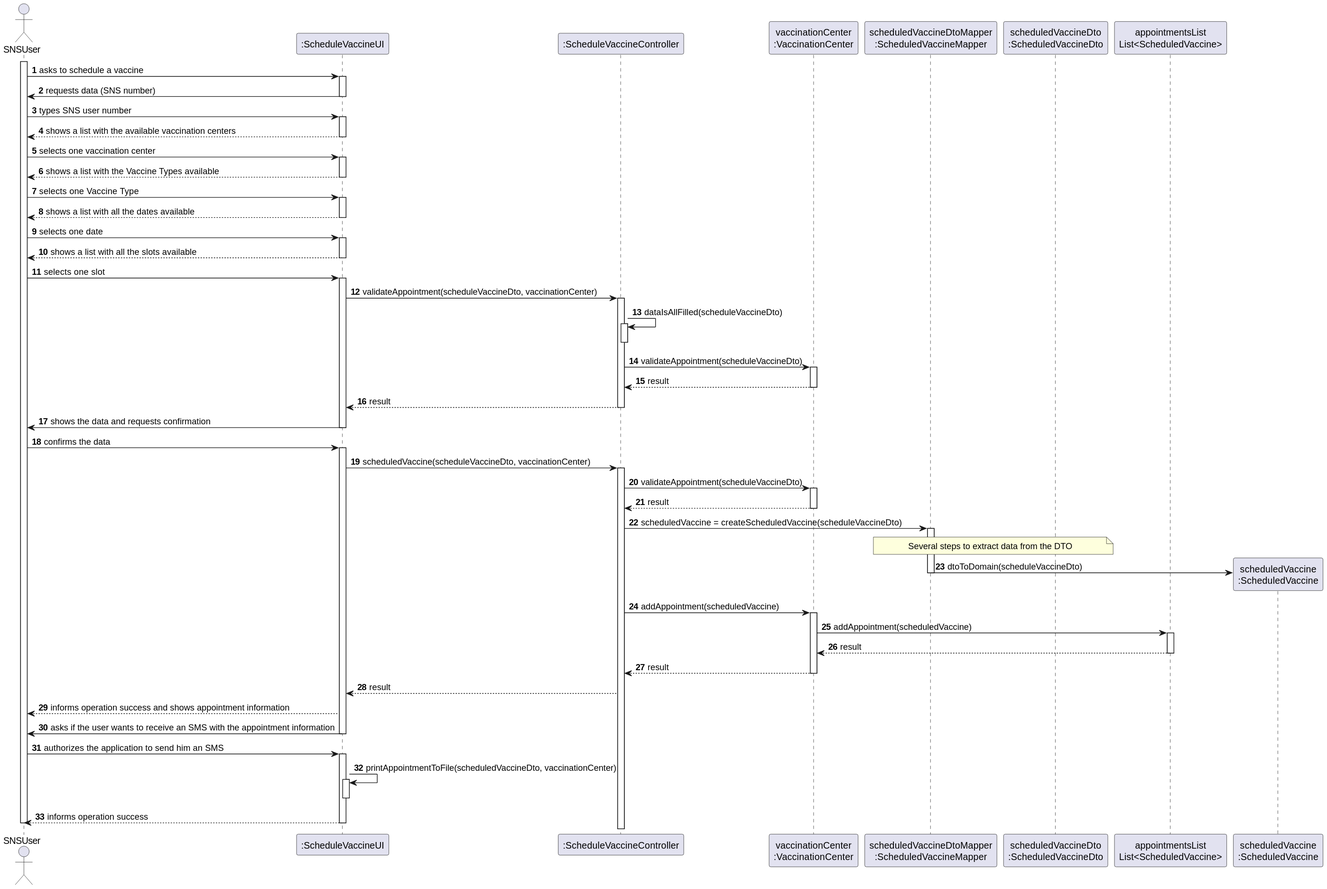
This is docs/SprintC/US001/US001_SD.svg from Pirussa/lei-22-s2-1da-g02, a PlantUML export, as it was before one commit.
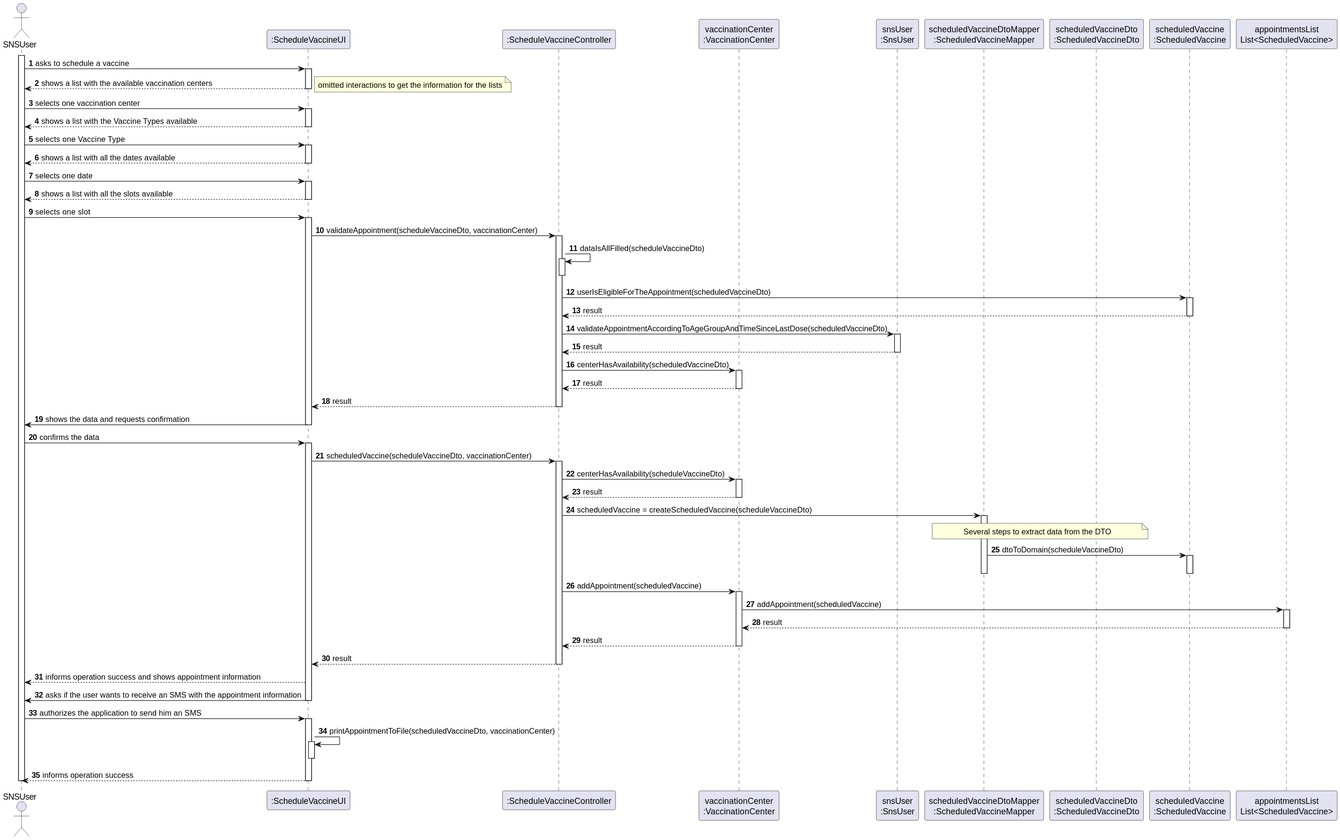
The same diagram one commit later.

Diff of the diagram source:
```diff
@@ -7,23 +7,20 @@
 participant ":ScheduleVaccineUI" as UI
 participant ":ScheduleVaccineController" as CTRL
 participant "vaccinationCenter\n:VaccinationCenter" as VC
+participant "snsUser\n:SnsUser" as SU
 participant "scheduledVaccineDtoMapper\n:ScheduledVaccineMapper" as M
 participant "scheduledVaccineDto\n:ScheduledVaccineDto" as DTO
+participant "scheduledVaccine\n:ScheduledVaccine" as SV
 participant "appointmentsList\nList<ScheduledVaccine>" as L
 
 
 activate U
 U -> UI : asks to schedule a vaccine
-
-
-activate UI
-UI-> U : requests data (SNS number)
-deactivate UI
-U-> UI : types SNS user number
-
-
 activate UI
 UI --> U : shows a list with the available vaccination centers
+note right
+omitted interactions to get the information for the lists
+end note
 deactivate UI
 U -> UI : selects one vaccination center
 
@@ -54,8 +51,20 @@
 CTRL -> CTRL : dataIsAllFilled(scheduleVaccineDto)
 activate CTRL
 deactivate CTRL
-CTRL -> VC : validateAppointment(scheduleVaccineDto)
+CTRL -> SV : userIsEligibleForTheAppointment(scheduledVaccineDto)
+activate SV
+SV ---> CTRL : result
+deactivate SV
 
+
+
+CTRL -> SU : validateAppointmentAccordingToAgeGroupAndTimeSinceLastDose(scheduledVaccineDto)
+
+activate SU
+SU ---> CTRL : result
+deactivate SU
+
+CTRL -> VC : centerHasAvailability(scheduledVaccineDto)
 activate VC
 VC ---> CTRL : result
 deactivate VC
@@ -74,7 +83,7 @@
 activate CTRL
 
 
-CTRL -> VC : validateAppointment(scheduleVaccineDto)
+CTRL -> VC : centerHasAvailability(scheduleVaccineDto)
 
 activate VC
 VC ---> CTRL : result
@@ -84,7 +93,9 @@
 note over M, DTO
 Several steps to extract data from the DTO
 end note
-M -> "scheduledVaccine\n:ScheduledVaccine" ** : dtoToDomain(scheduleVaccineDto)
+M -> SV  : dtoToDomain(scheduleVaccineDto)
+activate SV
+deactivate SV
 deactivate M
 
 CTRL -> VC : addAppointment(scheduledVaccine)
@@ -104,6 +115,7 @@
 
 
 CTRL ---> UI : result
+deactivate CTRL
 UI --> U : informs operation success and shows appointment information
 
 UI -> U : asks if the user wants to receive an SMS with the appointment information
```
